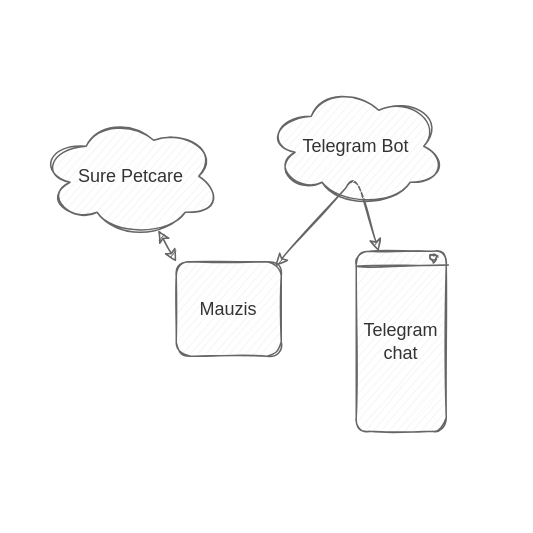
Before: mauzis.drawio in andreasvogt89/mauzis, a draw.io diagram. Source tidied: cells renumbered, new cells numbered last; positions are measured from the earlier drawing's top-left corner, leaving out a move shared by most shapes. Both pictures are drawn from the tidied source at 150%, with x=0, y=0 at pixel (40, 86).
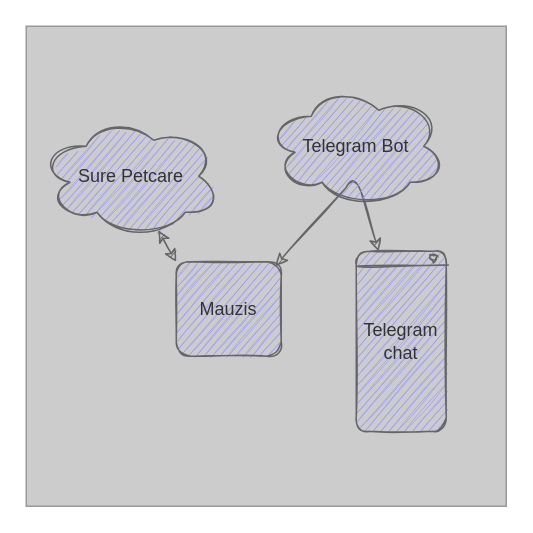
After the change.

Diff of the diagram source:
```diff
@@
 <mxGraphModel>
   <root>
     <mxCell id="0" />
     <mxCell id="1" parent="0" />
+    <mxCell id="10" style="whiteSpace=wrap;html=1;strokeColor=#999999;fillColor=#CCCCCC;" parent="1" vertex="1">
+      <mxGeometry x="-10" y="-40" width="320" height="320" as="geometry" />
+    </mxCell>
-    <mxCell id="2" value="Sure Petcare" style="ellipse;shape=cloud;whiteSpace=wrap;html=1;fillColor=#f5f5f5;strokeColor=#666666;fontColor=#333333;shadow=0;sketch=1;" parent="1" vertex="1">
+    <mxCell id="2" value="Sure Petcare" style="ellipse;shape=cloud;whiteSpace=wrap;html=1;strokeColor=#666666;fontColor=#333333;shadow=0;sketch=1;fillColor=#9999FF;" parent="1" vertex="1">
       <mxGeometry y="20" width="120" height="80" as="geometry" />
     </mxCell>
     <mxCell id="3" style="endArrow=classic;html=1;entryX=0.65;entryY=0.949;entryDx=0;entryDy=0;entryPerimeter=0;sketch=1;fillColor=#f5f5f5;strokeColor=#666666;startArrow=classic;startFill=1;exitX=0;exitY=0;exitDx=0;exitDy=0;" parent="1" edge="1" source="4" target="2">
       <mxGeometry relative="1" as="geometry" />
     </mxCell>
-    <mxCell id="4" value="&lt;span&gt;Mauzis&lt;br&gt;&lt;/span&gt;" style="rounded=1;whiteSpace=wrap;html=1;shadow=0;sketch=1;fillColor=#f5f5f5;strokeColor=#666666;fontColor=#333333;" parent="1" vertex="1">
+    <mxCell id="4" value="&lt;span&gt;Mauzis&lt;br&gt;&lt;/span&gt;" style="rounded=1;whiteSpace=wrap;html=1;shadow=0;sketch=1;strokeColor=#666666;fontColor=#333333;fillColor=#9999FF;" parent="1" vertex="1">
       <mxGeometry x="90" y="117" width="70" height="63" as="geometry" />
     </mxCell>
-    <mxCell id="5" value="Telegram&lt;br&gt;chat" style="rounded=1;whiteSpace=wrap;html=1;shadow=0;sketch=1;fillColor=#f5f5f5;strokeColor=#666666;fontColor=#333333;" parent="1" vertex="1">
+    <mxCell id="5" value="Telegram&lt;br&gt;chat" style="rounded=1;whiteSpace=wrap;html=1;shadow=0;sketch=1;strokeColor=#666666;fontColor=#333333;fillColor=#9999FF;" parent="1" vertex="1">
       <mxGeometry x="210" y="110" width="60" height="120" as="geometry" />
     </mxCell>
     <mxCell id="6" style="endArrow=none;html=1;strokeColor=#666666;fillColor=#f5f5f5;sketch=1;entryX=1.024;entryY=0.076;entryDx=0;entryDy=0;entryPerimeter=0;" parent="1" edge="1" target="5">
       <mxGeometry relative="1" as="geometry">
         <mxPoint x="210" y="120" as="sourcePoint" />
       </mxGeometry>
     </mxCell>
     <mxCell id="7" style="ellipse;whiteSpace=wrap;html=1;shadow=0;sketch=1;fillColor=#f5f5f5;strokeColor=#666666;fontColor=#333333;" parent="1" vertex="1">
       <mxGeometry x="259" y="112" width="5" height="5" as="geometry" />
     </mxCell>
     <mxCell id="8" style="endArrow=classic;html=1;entryX=0.25;entryY=0;entryDx=0;entryDy=0;sketch=1;fillColor=#f5f5f5;strokeColor=#666666;startArrow=classic;startFill=1;exitX=0.944;exitY=0.044;exitDx=0;exitDy=0;exitPerimeter=0;" parent="1" edge="1" source="4" target="5">
       <mxGeometry relative="1" as="geometry">
         <Array as="points">
           <mxPoint x="210" y="60" />
         </Array>
       </mxGeometry>
     </mxCell>
-    <mxCell id="9" value="Telegram Bot" style="ellipse;shape=cloud;whiteSpace=wrap;html=1;fillColor=#f5f5f5;strokeColor=#666666;fontColor=#333333;shadow=0;sketch=1;" parent="1" vertex="1">
+    <mxCell id="9" value="Telegram Bot" style="ellipse;shape=cloud;whiteSpace=wrap;html=1;strokeColor=#666666;fontColor=#333333;shadow=0;sketch=1;fillColor=#9999FF;" parent="1" vertex="1">
       <mxGeometry x="150" width="120" height="80" as="geometry" />
     </mxCell>
   </root>
 </mxGraphModel>
```
